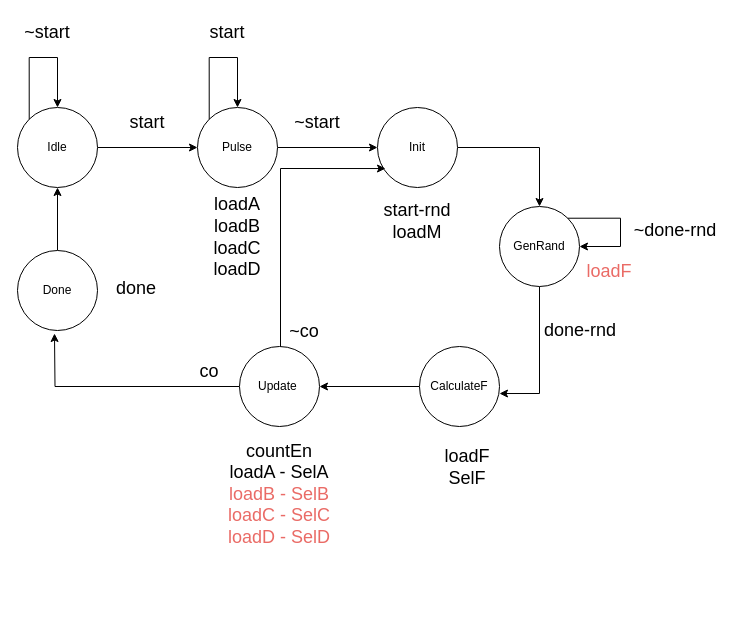
Earlier version of the draw.io diagram CA1/Part2/Design/controller_part2.drawio (imSaDy/CAD). Source tidied: cells renumbered, new cells numbered last; positions are measured from the earlier drawing's top-left corner, leaving out a move shared by most shapes. Both pictures are drawn from the tidied source at 100%, with x=0, y=0 at pixel (17, 17).
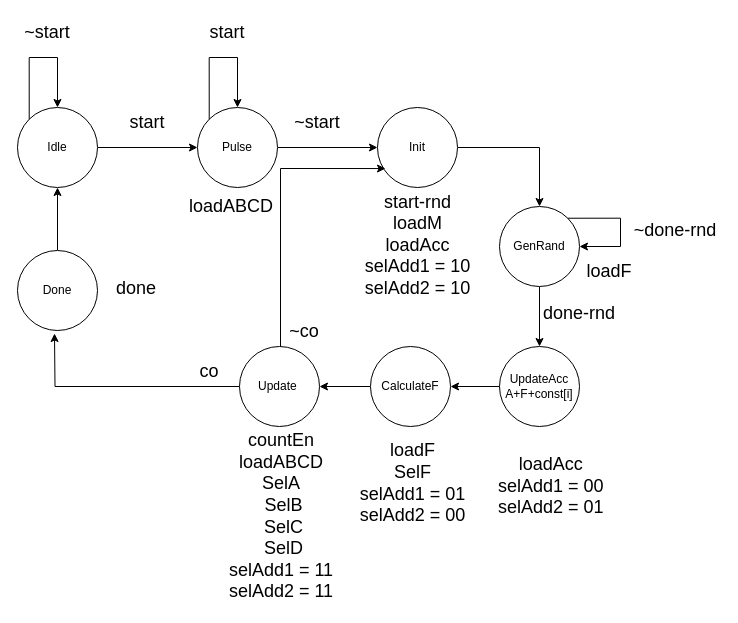
The same diagram, later.

Unchanged cells that the change refers to:
```xml
<mxCell id="11" value="GenRand" style="ellipse;whiteSpace=wrap;html=1;" parent="1" vertex="1">
  <mxGeometry x="482" y="189" width="80" height="80" as="geometry" />
</mxCell>
```

Diff of the diagram source:
```diff
@@
     <mxCell id="9" value="CalculateF" style="ellipse;whiteSpace=wrap;html=1;" parent="1" vertex="1">
-      <mxGeometry x="402" y="329" width="80" height="80" as="geometry" />
+      <mxGeometry x="353" y="329" width="80" height="80" as="geometry" />
     </mxCell>
-    <mxCell id="10" style="edgeStyle=orthogonalEdgeStyle;rounded=0;jettySize=auto;html=1;entryX=1;entryY=0.588;entryDx=0;entryDy=0;entryPerimeter=0;exitX=0.5;exitY=1;exitDx=0;exitDy=0;" parent="1" edge="1" source="11" target="9">
-      <mxGeometry relative="1" as="geometry" />
-    </mxCell>
+    <mxCell id="34" style="edgeStyle=orthogonalEdgeStyle;rounded=0;jettySize=auto;html=1;entryX=0.5;entryY=0;entryDx=0;entryDy=0;" parent="1" edge="1" source="11" target="36">
+      <mxGeometry relative="1" as="geometry" />
+    </mxCell>
@@
-    <mxCell id="21" value="&lt;br&gt;&lt;div&gt;&lt;font style=&quot;font-size: 18px; color: light-dark(rgb(0, 0, 0), rgb(234, 107, 102));&quot;&gt;start-rnd&lt;/font&gt;&lt;/div&gt;&lt;div&gt;&lt;font style=&quot;font-size: 18px; color: light-dark(rgb(0, 0, 0), rgb(234, 107, 102));&quot;&gt;loadM&lt;/font&gt;&lt;/div&gt;&lt;div&gt;&lt;br&gt;&lt;/div&gt;" style="text;html=1;align=center;verticalAlign=middle;whiteSpace=wrap;rounded=0;" parent="1" vertex="1">
-      <mxGeometry x="344" y="189" width="112" height="30" as="geometry" />
+    <mxCell id="21" value="&lt;br&gt;&lt;div&gt;&lt;font style=&quot;font-size: 18px; color: light-dark(rgb(0, 0, 0), rgb(234, 107, 102));&quot;&gt;start-rnd&lt;/font&gt;&lt;/div&gt;&lt;div&gt;&lt;font style=&quot;font-size: 18px; color: light-dark(rgb(0, 0, 0), rgb(234, 107, 102));&quot;&gt;loadM&lt;/font&gt;&lt;/div&gt;&lt;div&gt;&lt;span style=&quot;font-size: 18px;&quot;&gt;loadAcc&lt;/span&gt;&lt;/div&gt;&lt;div&gt;&lt;span style=&quot;font-size: 18px;&quot;&gt;selAdd1 = 10&lt;br&gt;selAdd2 = 10&lt;/span&gt;&lt;/div&gt;&lt;div&gt;&lt;br&gt;&lt;/div&gt;" style="text;html=1;align=center;verticalAlign=middle;whiteSpace=wrap;rounded=0;" parent="1" vertex="1">
+      <mxGeometry x="335.5" y="170" width="129" height="115" as="geometry" />
     </mxCell>
-    <mxCell id="22" value="&lt;font color=&quot;#ea6b66&quot;&gt;&lt;span style=&quot;font-size: 18px;&quot;&gt;loadF&lt;/span&gt;&lt;/font&gt;" style="text;html=1;align=center;verticalAlign=middle;whiteSpace=wrap;rounded=0;" parent="1" vertex="1">
+    <mxCell id="22" value="&lt;font style=&quot;color: rgb(0, 0, 0);&quot;&gt;&lt;span style=&quot;font-size: 18px;&quot;&gt;loadF&lt;/span&gt;&lt;/font&gt;" style="text;html=1;align=center;verticalAlign=middle;whiteSpace=wrap;rounded=0;" parent="1" vertex="1">
       <mxGeometry x="562" y="239" width="60" height="30" as="geometry" />
     </mxCell>
     <mxCell id="23" value="&lt;font style=&quot;font-size: 18px;&quot;&gt;done-rnd&lt;/font&gt;&lt;div&gt;&lt;font style=&quot;font-size: 18px;&quot;&gt;&lt;br&gt;&lt;/font&gt;&lt;/div&gt;" style="text;html=1;align=center;verticalAlign=middle;whiteSpace=wrap;rounded=0;" parent="1" vertex="1">
-      <mxGeometry x="518" y="309" width="90" height="30" as="geometry" />
+      <mxGeometry x="517" y="292" width="90" height="30" as="geometry" />
     </mxCell>
@@
-    <mxCell id="27" value="&lt;font style=&quot;color: light-dark(rgb(0, 0, 0), rgb(234, 107, 102));&quot;&gt;&lt;span style=&quot;font-size: 18px;&quot;&gt;loadF&lt;/span&gt;&lt;/font&gt;&lt;div&gt;&lt;font style=&quot;color: light-dark(rgb(0, 0, 0), rgb(234, 107, 102));&quot;&gt;&lt;span style=&quot;font-size: 18px;&quot;&gt;SelF&lt;/span&gt;&lt;/font&gt;&lt;/div&gt;" style="text;html=1;align=center;verticalAlign=middle;whiteSpace=wrap;rounded=0;" parent="1" vertex="1">
-      <mxGeometry x="420" y="422" width="60" height="55" as="geometry" />
+    <mxCell id="27" value="&lt;font style=&quot;color: light-dark(rgb(0, 0, 0), rgb(234, 107, 102));&quot;&gt;&lt;span style=&quot;font-size: 18px;&quot;&gt;loadF&lt;/span&gt;&lt;/font&gt;&lt;div&gt;&lt;font style=&quot;color: light-dark(rgb(0, 0, 0), rgb(234, 107, 102));&quot;&gt;&lt;span style=&quot;font-size: 18px;&quot;&gt;SelF&lt;/span&gt;&lt;div&gt;&lt;span style=&quot;font-size: 18px;&quot;&gt;selAdd1 = 01&lt;br&gt;selAdd2 = 00&lt;/span&gt;&lt;/div&gt;&lt;/font&gt;&lt;/div&gt;" style="text;html=1;align=center;verticalAlign=middle;whiteSpace=wrap;rounded=0;" parent="1" vertex="1">
+      <mxGeometry x="330" y="411" width="131" height="109" as="geometry" />
     </mxCell>
-    <mxCell id="28" value="&lt;div&gt;&lt;span style=&quot;font-size: 18px;&quot;&gt;&lt;font style=&quot;color: light-dark(rgb(0, 0, 0), rgb(234, 107, 102));&quot;&gt;countEn&lt;/font&gt;&lt;/span&gt;&lt;/div&gt;&lt;font style=&quot;color: light-dark(rgb(0, 0, 0), rgb(234, 107, 102));&quot;&gt;&lt;span style=&quot;font-size: 18px;&quot;&gt;loadA - SelA&lt;/span&gt;&lt;/font&gt;&lt;div&gt;&lt;font color=&quot;#ea6b66&quot;&gt;&lt;span style=&quot;font-size: 18px;&quot;&gt;loadB - SelB&lt;/span&gt;&lt;/font&gt;&lt;/div&gt;&lt;div&gt;&lt;span style=&quot;color: rgb(234, 107, 102); font-size: 18px;&quot;&gt;loadC - SelC&lt;/span&gt;&lt;/div&gt;&lt;div&gt;&lt;span style=&quot;color: rgb(234, 107, 102); font-size: 18px;&quot;&gt;loadD - SelD&lt;/span&gt;&lt;span style=&quot;color: rgb(234, 107, 102); font-size: 18px;&quot;&gt;&lt;br&gt;&lt;/span&gt;&lt;/div&gt;" style="text;html=1;align=center;verticalAlign=middle;whiteSpace=wrap;rounded=0;" parent="1" vertex="1">
-      <mxGeometry x="197" y="449" width="130" height="55" as="geometry" />
+    <mxCell id="28" value="&lt;div&gt;&lt;span style=&quot;font-size: 18px;&quot;&gt;&lt;font style=&quot;color: rgb(0, 0, 0);&quot;&gt;countEn&lt;/font&gt;&lt;/span&gt;&lt;/div&gt;&lt;div&gt;&lt;span style=&quot;font-size: 18px;&quot;&gt;&lt;font style=&quot;color: rgb(0, 0, 0);&quot;&gt;loadABCD&lt;/font&gt;&lt;/span&gt;&lt;/div&gt;&lt;font style=&quot;color: rgb(0, 0, 0);&quot;&gt;&lt;span style=&quot;font-size: 18px;&quot;&gt;SelA&lt;/span&gt;&lt;/font&gt;&lt;div&gt;&lt;font style=&quot;color: rgb(0, 0, 0);&quot;&gt;&lt;span style=&quot;font-size: 18px;&quot;&gt;&amp;nbsp;SelB&lt;/span&gt;&lt;/font&gt;&lt;/div&gt;&lt;div&gt;&lt;span style=&quot;font-size: 18px; color: rgb(234, 107, 102);&quot;&gt;&lt;font style=&quot;color: rgb(0, 0, 0);&quot;&gt;&amp;nbsp;SelC&lt;/font&gt;&lt;/span&gt;&lt;/div&gt;&lt;div&gt;&lt;font&gt;&lt;span style=&quot;color: rgb(234, 107, 102); font-size: 18px;&quot;&gt;&amp;nbsp;&lt;/span&gt;&lt;span style=&quot;font-size: 18px; color: rgb(234, 107, 102);&quot;&gt;&lt;font style=&quot;color: rgb(0, 0, 0);&quot;&gt;SelD&lt;/font&gt;&lt;/span&gt;&lt;span style=&quot;color: rgb(234, 107, 102); font-size: 18px;&quot;&gt;&lt;br&gt;&lt;/span&gt;&lt;/font&gt;&lt;/div&gt;&lt;div&gt;&lt;span style=&quot;font-size: 18px; color: rgb(234, 107, 102);&quot;&gt;&lt;font style=&quot;color: rgb(0, 0, 0);&quot;&gt;selAdd1 = 11&lt;br&gt;selAdd2 = 11&lt;/font&gt;&lt;/span&gt;&lt;/div&gt;" style="text;html=1;align=center;verticalAlign=middle;whiteSpace=wrap;rounded=0;" parent="1" vertex="1">
+      <mxGeometry x="205" y="409" width="118" height="180" as="geometry" />
     </mxCell>
@@
-    <mxCell id="33" value="&lt;font style=&quot;font-size: 18px; color: light-dark(rgb(0, 0, 0), rgb(234, 107, 102));&quot;&gt;loadA&lt;/font&gt;&lt;div&gt;&lt;font style=&quot;font-size: 18px; color: light-dark(rgb(0, 0, 0), rgb(234, 107, 102));&quot;&gt;loadB&lt;/font&gt;&lt;/div&gt;&lt;div&gt;&lt;font style=&quot;font-size: 18px; color: light-dark(rgb(0, 0, 0), rgb(234, 107, 102));&quot;&gt;loadC&lt;/font&gt;&lt;/div&gt;&lt;div&gt;&lt;font style=&quot;font-size: 18px; color: light-dark(rgb(0, 0, 0), rgb(234, 107, 102));&quot;&gt;loadD&lt;/font&gt;&lt;/div&gt;" style="text;html=1;align=center;verticalAlign=middle;whiteSpace=wrap;rounded=0;" parent="1" vertex="1">
-      <mxGeometry x="190" y="205" width="60" height="30" as="geometry" />
+    <mxCell id="33" value="&lt;font style=&quot;font-size: 18px; color: light-dark(rgb(0, 0, 0), rgb(234, 107, 102));&quot;&gt;loadABCD&lt;/font&gt;" style="text;html=1;align=center;verticalAlign=middle;whiteSpace=wrap;rounded=0;" parent="1" vertex="1">
+      <mxGeometry x="184" y="174" width="60" height="30" as="geometry" />
     </mxCell>
+    <mxCell id="35" style="edgeStyle=orthogonalEdgeStyle;rounded=0;jettySize=auto;html=1;exitX=0;exitY=0.5;exitDx=0;exitDy=0;entryX=1;entryY=0.5;entryDx=0;entryDy=0;" parent="1" edge="1" source="36" target="9">
+      <mxGeometry relative="1" as="geometry" />
+    </mxCell>
+    <mxCell id="36" value="UpdateAcc&lt;br&gt;A+F+const[i]" style="ellipse;whiteSpace=wrap;html=1;" parent="1" vertex="1">
+      <mxGeometry x="482" y="329" width="80" height="80" as="geometry" />
+    </mxCell>
+    <mxCell id="37" value="&lt;div&gt;&lt;br&gt;&lt;/div&gt;&lt;div&gt;&lt;span style=&quot;text-align: center; font-size: 18px;&quot;&gt;&lt;br&gt;&lt;/span&gt;&lt;div style=&quot;text-align: center;&quot;&gt;&lt;span style=&quot;font-size: 18px;&quot;&gt;loadAcc&lt;/span&gt;&lt;/div&gt;&lt;div style=&quot;text-align: center;&quot;&gt;&lt;span style=&quot;font-size: 18px;&quot;&gt;selAdd1 = 00&lt;br&gt;selAdd2 = 01&lt;/span&gt;&lt;/div&gt;&lt;/div&gt;" style="text;whiteSpace=wrap;html=1;" parent="1" vertex="1">
+      <mxGeometry x="479" y="394" width="134" height="130" as="geometry" />
+    </mxCell>
```
